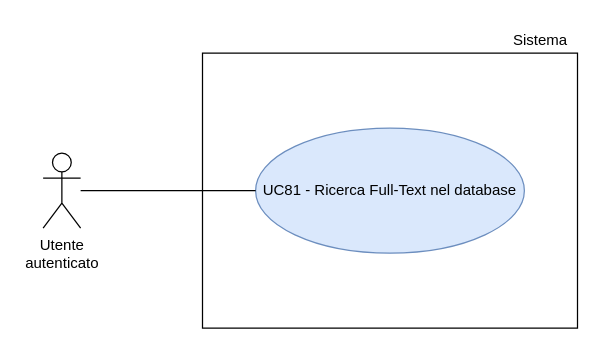
Above: RTB/doc_esterna/analisi-dei-requisiti/assets/draw.io/UC81.drawio in thebitless-group-swe/thebitless.github.io (draw.io), before the change. Source tidied: cells renumbered, new cells numbered last; positions are measured from the earlier drawing's top-left corner, leaving out a move shared by most shapes. Both pictures are drawn from the tidied source at 125%, with x=0, y=0 at pixel (42, 21).
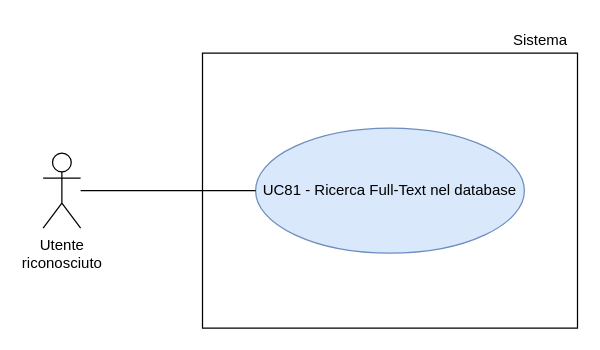
The same page after the edit.

The edit, as a diff of the source:
```diff
@@
 <mxGraphModel>
   <root>
     <mxCell id="0" />
     <mxCell id="1" parent="0" />
     <mxCell id="2" style="rounded=0;whiteSpace=wrap;html=1;" parent="1" vertex="1">
       <mxGeometry x="127.5" y="25" width="300" height="220" as="geometry" />
     </mxCell>
     <mxCell id="3" value="UC81 - Ricerca Full-Text nel database" style="ellipse;whiteSpace=wrap;html=1;fillColor=#dae8fc;strokeColor=#6c8ebf;" parent="1" vertex="1">
       <mxGeometry x="170" y="85" width="215" height="100" as="geometry" />
     </mxCell>
     <mxCell id="4" style="rounded=0;jettySize=auto;html=1;endArrow=none;endFill=0;entryX=0;entryY=0.5;entryDx=0;entryDy=0;" parent="1" edge="1" source="5" target="3">
       <mxGeometry relative="1" as="geometry" />
     </mxCell>
-    <mxCell id="5" value="Utente&lt;div&gt;autenticato&lt;/div&gt;" style="shape=umlActor;verticalLabelPosition=bottom;verticalAlign=top;html=1;outlineConnect=0;" parent="1" vertex="1">
+    <mxCell id="5" value="Utente&lt;div&gt;riconosciuto&lt;/div&gt;" style="shape=umlActor;verticalLabelPosition=bottom;verticalAlign=top;html=1;outlineConnect=0;" parent="1" vertex="1">
       <mxGeometry y="105" width="30" height="60" as="geometry" />
     </mxCell>
     <mxCell id="6" value="Sistema" style="text;html=1;whiteSpace=wrap;strokeColor=none;fillColor=none;align=center;verticalAlign=middle;rounded=0;" parent="1" vertex="1">
       <mxGeometry x="367.5" width="60" height="30" as="geometry" />
     </mxCell>
   </root>
 </mxGraphModel>
```
